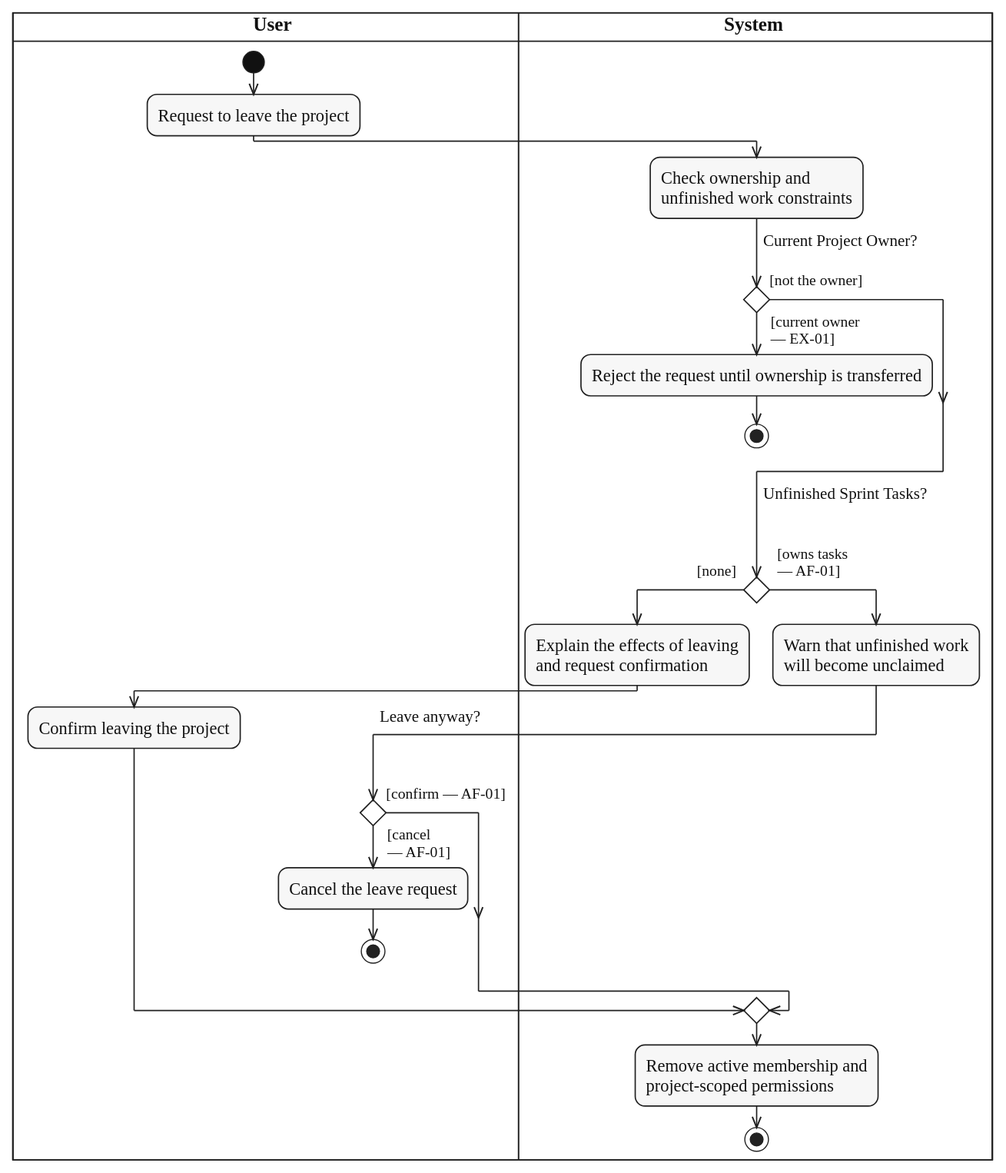
Above: diagrams/activity/project-membership/svg/UC-PROJECT-LEAVE.svg in lukenab/swd392-doc-automation (PlantUML), before the change. Its source is kept beside it as diagrams/activity/project-membership/source/UC-PROJECT-LEAVE.puml. Source of this version:
```plantuml
@startuml UC-PROJECT-LEAVE
!include ../../_shared/activity-style.puml

|USR| $lane_title("User")
|SYS| $lane_title("System")

|USR|
start
:Request to leave the project;
|SYS|
:Check ownership and
unfinished work constraints;
if ($question("Current Project Owner?")) then ($guard_left("[not the owner]"))
else ($guard_right("[current owner", "— EX-01]"))
  :Reject the request until ownership is transferred;
  stop
endif
if ($question_x("Unfinished Sprint Tasks?")) then ($guard_left("[none]"))
  :Explain the effects of leaving
  and request confirmation;
  |USR|
  :Confirm leaving the project;
else ($guard_right("[owns tasks", "— AF-01]"))
  |SYS|
  :Warn that unfinished work
  will become unclaimed;
  |USR|
  if ($question_x("Leave anyway?")) then ($guard_left("[confirm — AF-01]"))
  else ($guard_right("[cancel", "— AF-01]"))
    :Cancel the leave request;
    stop
  endif
endif
|SYS|
:Remove active membership and
project-scoped permissions;
stop
@enduml
```
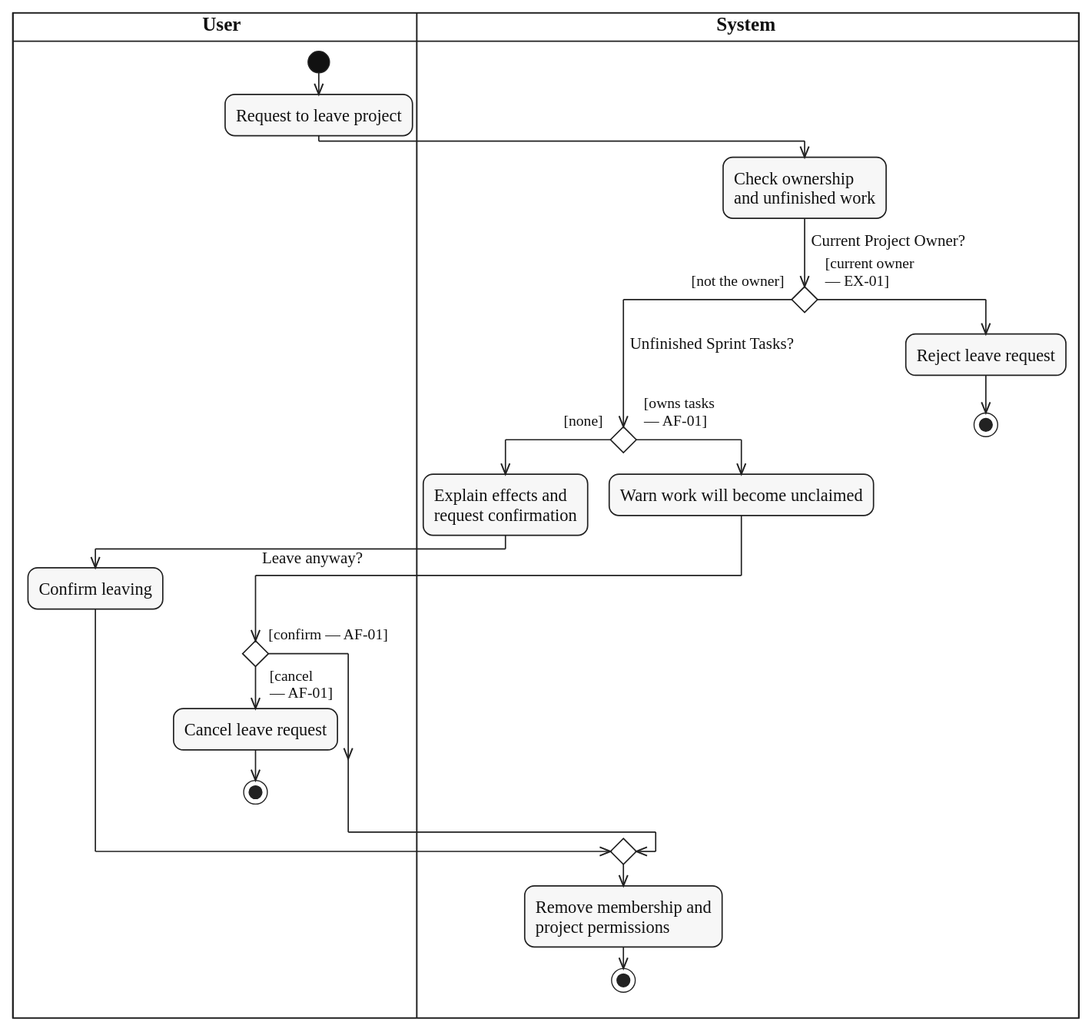
Later version of the same file.

Diff of the diagram source:
```diff
@@ -6,33 +6,33 @@
 
 |USR|
 start
-:Request to leave the project;
+:Request to leave project;
 |SYS|
-:Check ownership and
-unfinished work constraints;
+:Check ownership
+and unfinished work;
 if ($question("Current Project Owner?")) then ($guard_left("[not the owner]"))
+  if ($question_x("Unfinished Sprint Tasks?")) then ($guard_left("[none]"))
+    :Explain effects and
+    request confirmation;
+    |USR|
+    :Confirm leaving;
+  else ($guard_right("[owns tasks", "— AF-01]"))
+    |SYS|
+    :Warn work will become unclaimed;
+    |USR|
+    if ($question_x("Leave anyway?")) then ($guard_left("[confirm — AF-01]"))
+    else ($guard_right("[cancel", "— AF-01]"))
+      :Cancel leave request;
+      stop
+    endif
+  endif
+  |SYS|
+  :Remove membership and
+  project permissions;
+  stop
 else ($guard_right("[current owner", "— EX-01]"))
-  :Reject the request until ownership is transferred;
+  |SYS|
+  :Reject leave request;
   stop
 endif
-if ($question_x("Unfinished Sprint Tasks?")) then ($guard_left("[none]"))
-  :Explain the effects of leaving
-  and request confirmation;
-  |USR|
-  :Confirm leaving the project;
-else ($guard_right("[owns tasks", "— AF-01]"))
-  |SYS|
-  :Warn that unfinished work
-  will become unclaimed;
-  |USR|
-  if ($question_x("Leave anyway?")) then ($guard_left("[confirm — AF-01]"))
-  else ($guard_right("[cancel", "— AF-01]"))
-    :Cancel the leave request;
-    stop
-  endif
-endif
-|SYS|
-:Remove active membership and
-project-scoped permissions;
-stop
 @enduml
```
